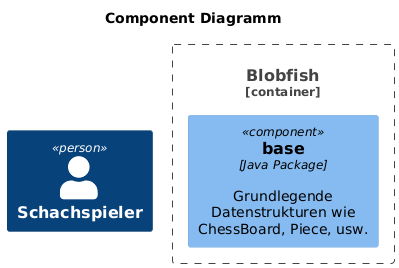
The PlantUML diagram docs/generated-diagrams/c4-component.png in l2c0r3/blobfish, before a commit. The source it was exported from:
```plantuml
@startuml
!include <C4/C4_Component>

title Component Diagramm

Person(player, "Schachspieler")

Container_Boundary(cli, "Blobfish") {
    Component(base, "base", "Java Package", "Grundlegende Datenstrukturen wie ChessBoard, Piece, usw.")
}

@enduml
```
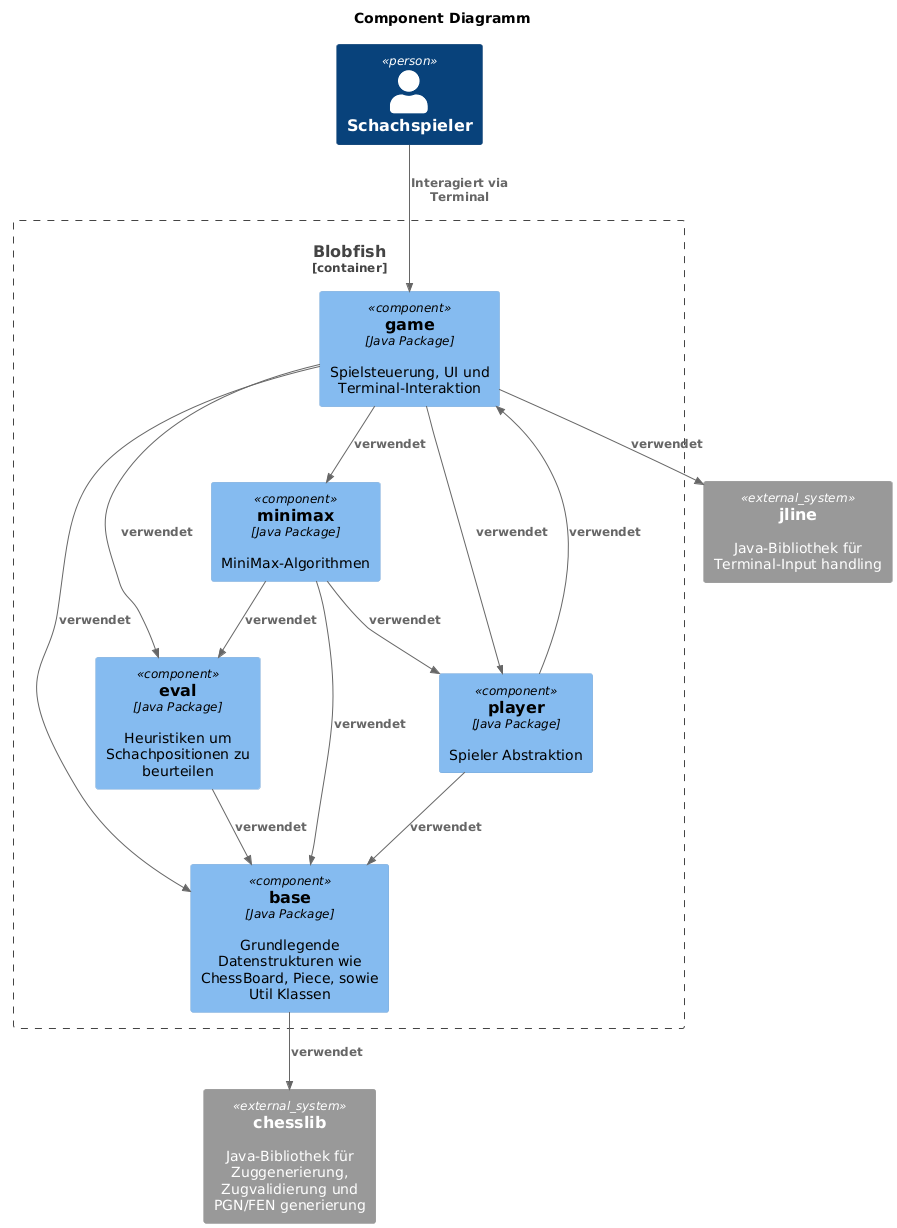
After the commit.

The edit, as a diff of the source:
```diff
@@ -3,10 +3,37 @@
 
 title Component Diagramm
 
-Person(player, "Schachspieler")
+Person(human, "Schachspieler")
 
 Container_Boundary(cli, "Blobfish") {
-    Component(base, "base", "Java Package", "Grundlegende Datenstrukturen wie ChessBoard, Piece, usw.")
+    Component(base, "base", "Java Package", "Grundlegende Datenstrukturen wie ChessBoard, Piece, sowie Util Klassen")
+    Component(eval, "eval", "Java Package", "Heuristiken um Schachpositionen zu beurteilen")
+    Component(game, "game", "Java Package", "Spielsteuerung, UI und Terminal-Interaktion")
+    Component(minimax, "minimax", "Java Package", "MiniMax-Algorithmen")
+    Component(player, "player", "Java Package", "Spieler Abstraktion")
 }
 
+System_Ext(chesslib, "chesslib", "Java-Bibliothek für Zuggenerierung, Zugvalidierung und PGN/FEN generierung")
+System_Ext(jline, "jline", "Java-Bibliothek für Terminal-Input handling")
+
+Rel(base, chesslib, "verwendet")
+
+Rel(eval, base, "verwendet")
+
+Rel(game, base, "verwendet")
+Rel(game, eval, "verwendet")
+Rel(game, player, "verwendet")
+Rel(game, minimax, "verwendet")
+Rel(game, jline, "verwendet")
+
+Rel(minimax, base, "verwendet")
+Rel(minimax, eval, "verwendet")
+Rel(minimax, player, "verwendet")
+
+Rel(player, base, "verwendet")
+Rel(player, game, "verwendet")
+
+Rel(human, game, "Interagiert via Terminal")
+
+
 @enduml
```
